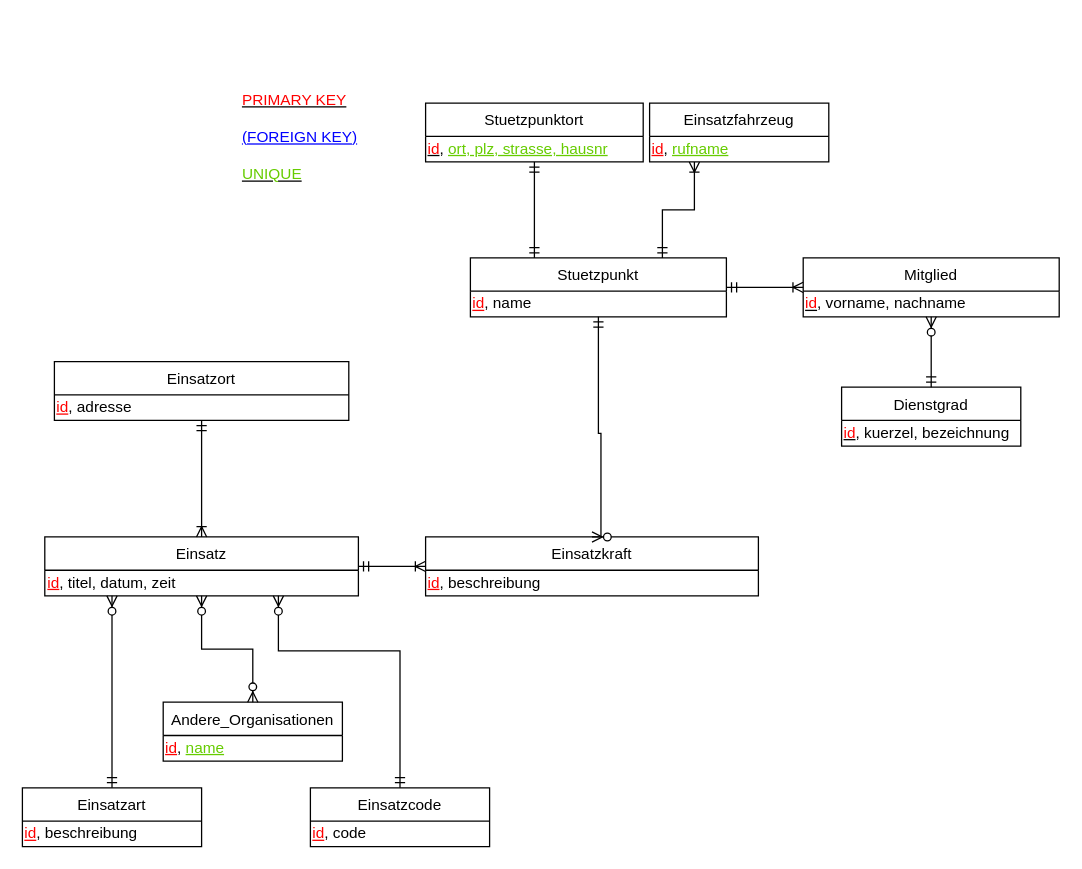
The draw.io diagram FVisual_Documentation/Datamodels/KM/KM_V4.drawio in htl-thalerc/FVisual, before the edit. Source tidied: cells renumbered, new cells numbered last; positions are measured from the earlier drawing's top-left corner, leaving out a move shared by most shapes. Both pictures are drawn from the tidied source at 128%, with x=0, y=0 at pixel (22, 32).
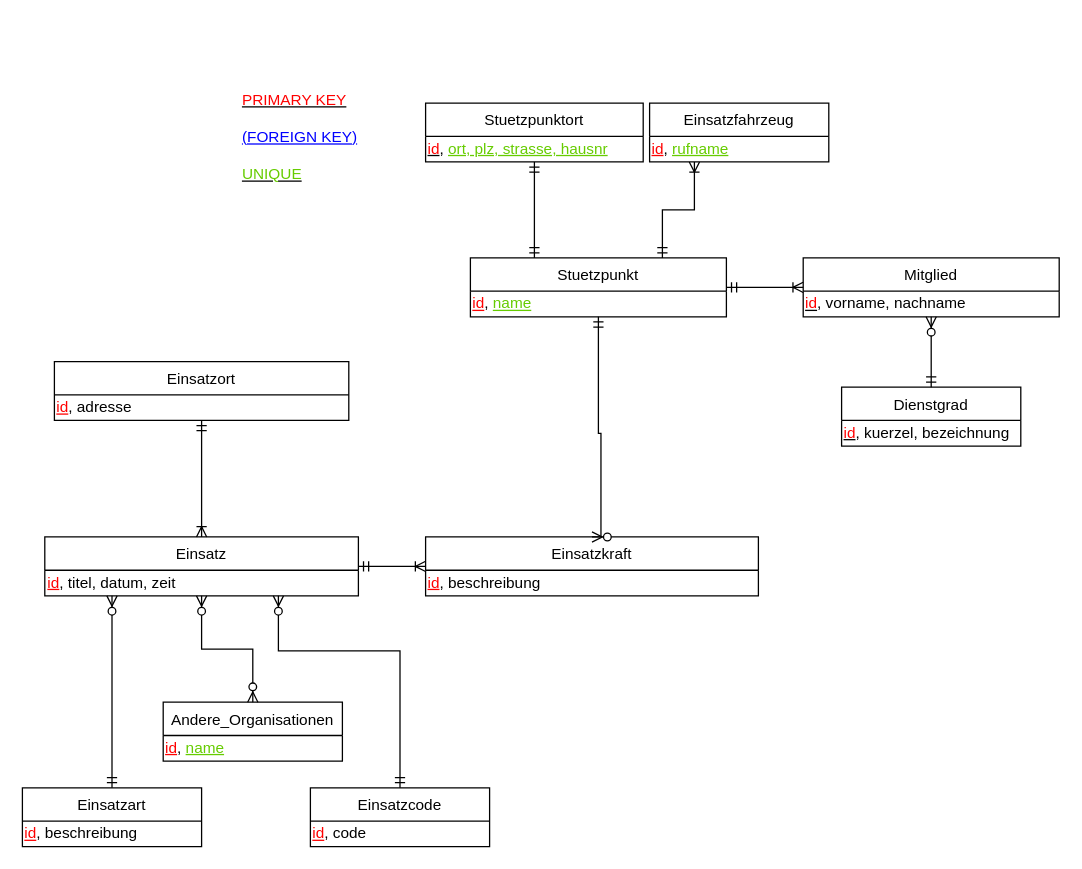
Above is the later version.

The change refers to these unchanged cells:
```xml
<mxCell id="8" value="Stuetzpunkt" style="swimlane;fontStyle=0;horizontal=1;startSize=26;fillColor=none;" parent="1" vertex="1">
  <mxGeometry x="350" y="176" width="200" height="46" as="geometry" />
</mxCell>
```

What changed in the source:
```diff
@@
-    <mxCell id="9" value="&lt;font color=&quot;#ff0000&quot;&gt;&lt;u&gt;id&lt;/u&gt;&lt;/font&gt;, name" style="text;html=1;align=left;verticalAlign=top;spacingTop=-4;" parent="8" vertex="1">
+    <mxCell id="9" value="&lt;font color=&quot;#ff0000&quot;&gt;&lt;u&gt;id&lt;/u&gt;&lt;/font&gt;, &lt;font color=&quot;#66cc00&quot;&gt;&lt;u&gt;name&lt;/u&gt;&lt;/font&gt;" style="text;html=1;align=left;verticalAlign=top;spacingTop=-4;" parent="8" vertex="1">
       <mxGeometry y="26" width="200" height="20" as="geometry" />
     </mxCell>
```
